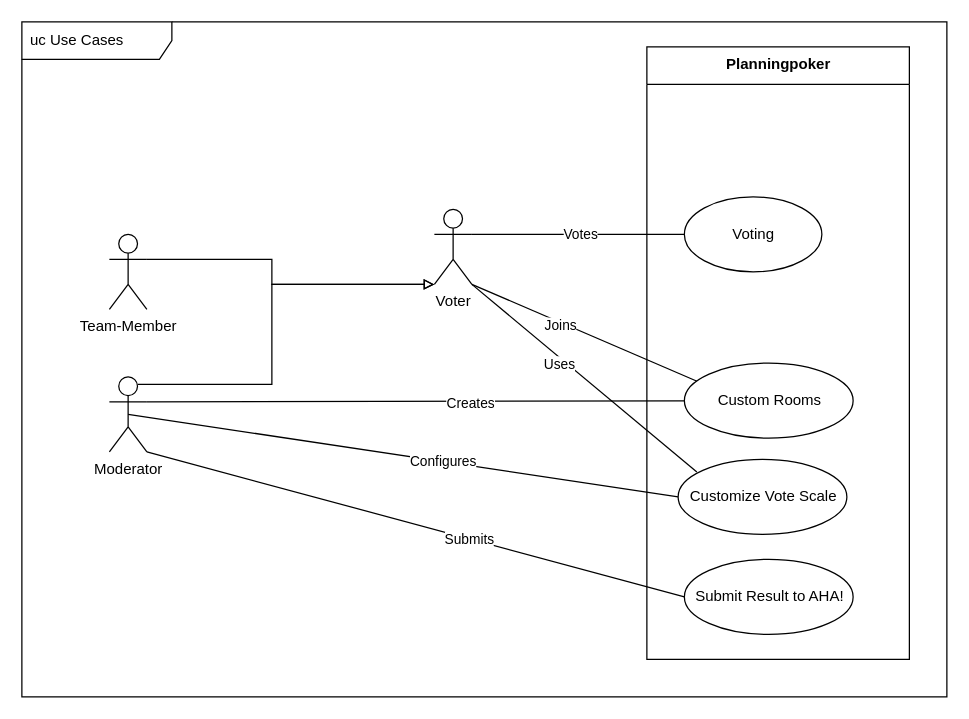
RillingDev/planning-poker keeps this draw.io diagram as docs/use-case.drawio. Above is the earlier version. Source tidied: cells renumbered, new cells numbered last; positions are measured from the earlier drawing's top-left corner, leaving out a move shared by most shapes. Both pictures are drawn from the tidied source at 125%, with x=0, y=0 at pixel (21, 21).
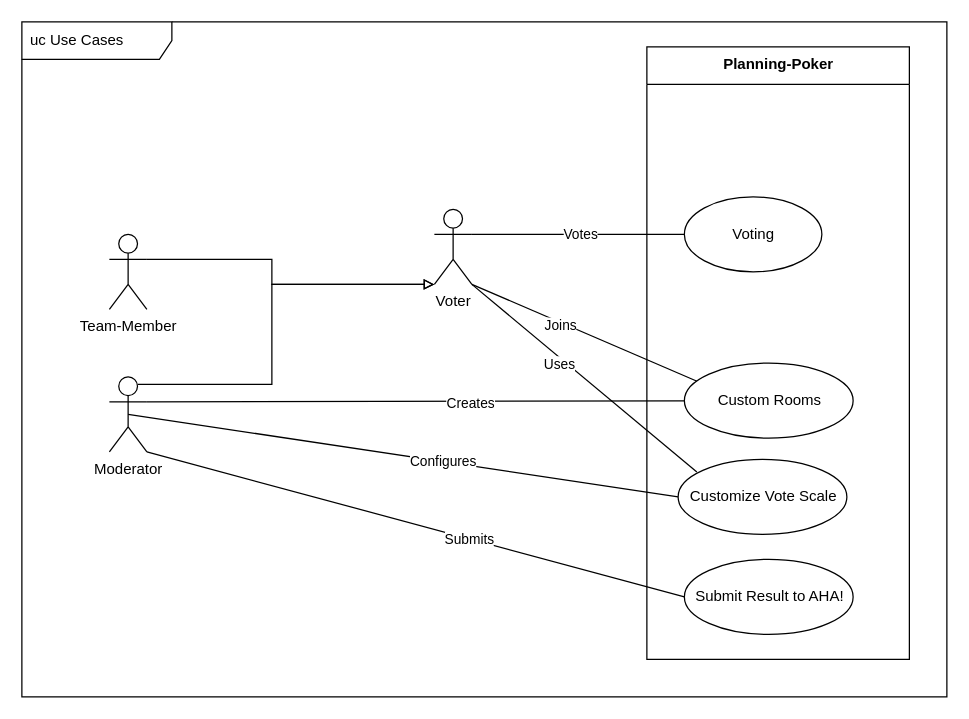
Above is the later version.

Change to the diagram source:
```diff
@@
-    <mxCell id="24" value="Planningpoker" style="swimlane;fontStyle=1;align=center;verticalAlign=top;horizontal=1;startSize=30;html=1;" parent="1" vertex="1">
+    <mxCell id="24" value="Planning-Poker" style="swimlane;fontStyle=1;align=center;verticalAlign=top;horizontal=1;startSize=30;html=1;" parent="1" vertex="1">
       <mxGeometry x="500" y="20" width="210" height="490" as="geometry" />
     </mxCell>
```
